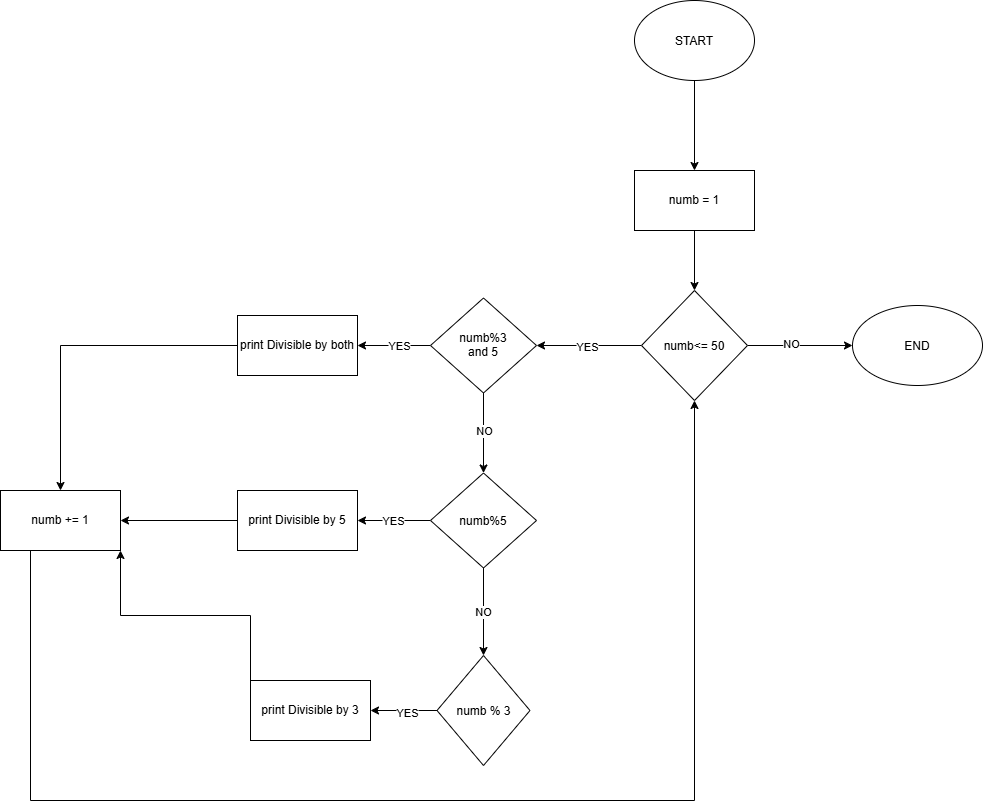
Above: Week 5/Week 5 lab diagram.drawio.png in christianantoniocagz-del/CCagalitan-CSS225-Fall-2026 (draw.io), before the change. Source tidied: cells renumbered, new cells last; positions are measured from the earlier drawing's top-left corner, leaving out a move shared by most shapes.
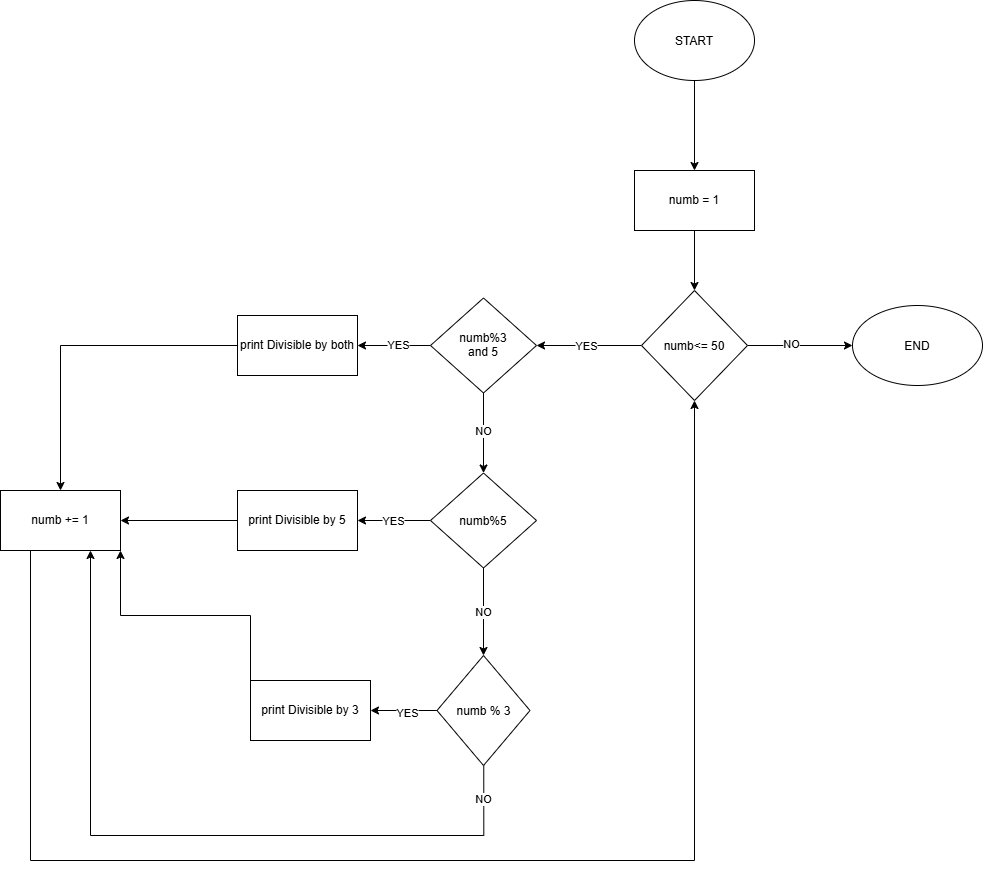
The same file after the commit.

What changed in the source:
```diff
@@ -80,6 +80,18 @@
     <mxCell id="27" value="YES" style="edgeLabel;html=1;align=center;verticalAlign=middle;inheritText=1;defaultLabelBackgroundColor=page;" parent="26" vertex="1">
       <mxGeometry x="-0.09" y="2" relative="1" as="geometry" />
     </mxCell>
+    <mxCell id="33" style="edgeStyle=orthogonalEdgeStyle;rounded=0;jettySize=auto;html=1;entryX=0.75;entryY=1;entryDx=0;entryDy=0;defaultLabelBackgroundColor=page;" parent="1" edge="1" target="32">
+      <mxGeometry x="-0.11" relative="1" as="geometry">
+        <mxPoint x="483.3" y="745" as="sourcePoint" />
+        <Array as="points">
+          <mxPoint x="483.3" y="835" />
+          <mxPoint x="90" y="835" />
+        </Array>
+      </mxGeometry>
+    </mxCell>
+    <mxCell id="34" value="NO" style="edgeLabel;html=1;align=center;verticalAlign=middle;inheritText=1;defaultLabelBackgroundColor=page;" parent="33" vertex="1">
+      <mxGeometry x="-0.86" y="-1" relative="1" as="geometry" />
+    </mxCell>
     <mxCell id="28" value="numb % 3" style="rhombus;whiteSpace=wrap;html=1;shapeInside=1;" parent="1" vertex="1">
       <mxGeometry x="436.5" y="655" width="93" height="110" as="geometry" />
     </mxCell>
@@ -92,8 +104,8 @@
     <mxCell id="31" style="edgeStyle=orthogonalEdgeStyle;rounded=0;jettySize=auto;html=1;exitX=0.25;exitY=1;exitDx=0;exitDy=0;defaultLabelBackgroundColor=page;entryX=0.5;entryY=1;entryDx=0;entryDy=0;" parent="1" edge="1" source="32" target="10">
       <mxGeometry relative="1" as="geometry">
         <Array as="points">
-          <mxPoint x="30" y="800" />
-          <mxPoint x="694" y="800" />
+          <mxPoint x="30" y="860" />
+          <mxPoint x="694" y="860" />
         </Array>
       </mxGeometry>
     </mxCell>
```
